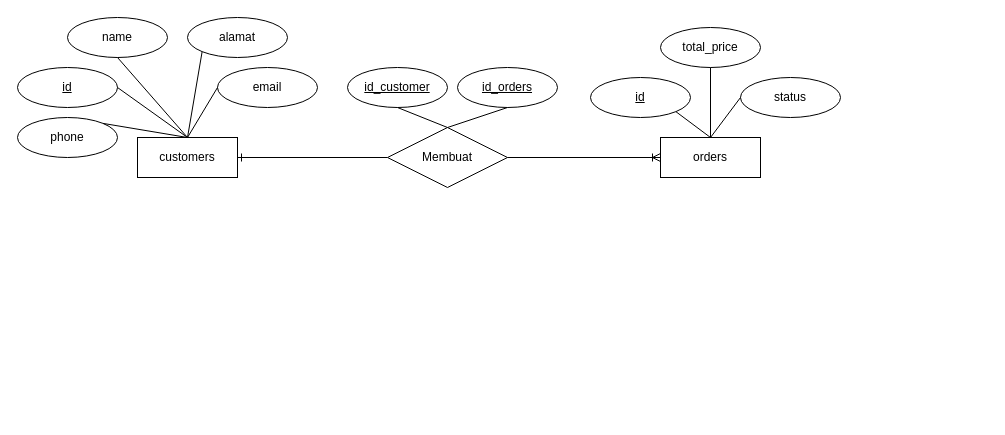
This is Tugas_Basdat_Jurnal.drawio from dapzz-id/DrawIO, a draw.io file, before an edit. Source tidied: cells renumbered, new cells numbered last; positions are measured from the earlier drawing's top-left corner, leaving out a move shared by most shapes. Both pictures are drawn from the tidied source at 100%, with x=0, y=0 at pixel (17, 17).
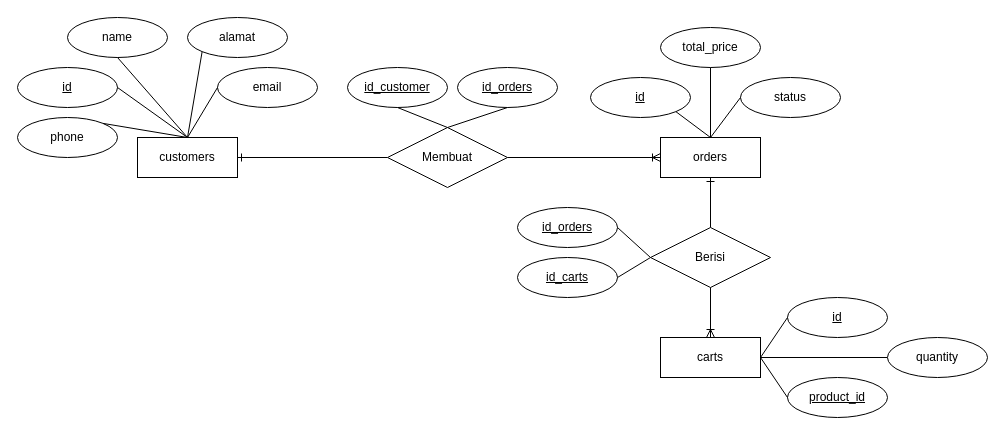
The same page after the edit.

The change refers to these unchanged cells:
```xml
<mxCell id="16" value="orders" style="whiteSpace=wrap;html=1;align=center;" parent="1" vertex="1">
  <mxGeometry x="643" y="120" width="100" height="40" as="geometry" />
</mxCell>
```

Diff of the diagram source:
```diff
@@
+    <mxCell id="27" style="edgeStyle=orthogonalEdgeStyle;rounded=0;jettySize=auto;html=1;endArrow=none;startFill=0;startArrow=ERone;" parent="1" edge="1" source="16" target="28">
+      <mxGeometry relative="1" as="geometry" />
+    </mxCell>
@@
+    <mxCell id="28" value="Berisi" style="shape=rhombus;perimeter=rhombusPerimeter;whiteSpace=wrap;html=1;align=center;" parent="1" vertex="1">
+      <mxGeometry x="633" y="210" width="120" height="60" as="geometry" />
+    </mxCell>
+    <mxCell id="29" style="edgeStyle=orthogonalEdgeStyle;rounded=0;jettySize=auto;html=1;endArrow=none;endFill=0;startArrow=ERoneToMany;startFill=0;" parent="1" edge="1" source="31" target="28">
+      <mxGeometry relative="1" as="geometry" />
+    </mxCell>
+    <mxCell id="30" style="edgeStyle=orthogonalEdgeStyle;rounded=0;jettySize=auto;html=1;exitX=1;exitY=0.5;exitDx=0;exitDy=0;entryX=0;entryY=0.5;entryDx=0;entryDy=0;endArrow=none;startFill=0;" parent="1" edge="1" source="31" target="40">
+      <mxGeometry relative="1" as="geometry" />
+    </mxCell>
+    <mxCell id="31" value="carts" style="whiteSpace=wrap;html=1;align=center;" parent="1" vertex="1">
+      <mxGeometry x="643" y="320" width="100" height="40" as="geometry" />
+    </mxCell>
+    <mxCell id="32" value="id_orders" style="ellipse;whiteSpace=wrap;html=1;align=center;fontStyle=4;" parent="1" vertex="1">
+      <mxGeometry x="500" y="190" width="100" height="40" as="geometry" />
+    </mxCell>
+    <mxCell id="33" value="id_carts" style="ellipse;whiteSpace=wrap;html=1;align=center;fontStyle=4;" parent="1" vertex="1">
+      <mxGeometry x="500" y="240" width="100" height="40" as="geometry" />
+    </mxCell>
+    <mxCell id="34" style="endArrow=none;html=1;rounded=0;exitX=1;exitY=0.5;exitDx=0;exitDy=0;entryX=0;entryY=0.5;entryDx=0;entryDy=0;" parent="1" edge="1" source="32" target="28">
+      <mxGeometry relative="1" as="geometry" />
+    </mxCell>
+    <mxCell id="35" style="endArrow=none;html=1;rounded=0;exitX=1;exitY=0.5;exitDx=0;exitDy=0;entryX=0;entryY=0.5;entryDx=0;entryDy=0;" parent="1" edge="1" source="33" target="28">
+      <mxGeometry relative="1" as="geometry" />
+    </mxCell>
+    <mxCell id="36" value="id" style="ellipse;whiteSpace=wrap;html=1;align=center;fontStyle=4;" parent="1" vertex="1">
+      <mxGeometry x="770" y="280" width="100" height="40" as="geometry" />
+    </mxCell>
+    <mxCell id="37" value="product_id" style="ellipse;whiteSpace=wrap;html=1;align=center;fontStyle=4;" parent="1" vertex="1">
+      <mxGeometry x="770" y="360" width="100" height="40" as="geometry" />
+    </mxCell>
+    <mxCell id="38" style="endArrow=none;html=1;rounded=0;exitX=1;exitY=0.5;exitDx=0;exitDy=0;entryX=0;entryY=0.5;entryDx=0;entryDy=0;" parent="1" edge="1" source="31" target="36">
+      <mxGeometry relative="1" as="geometry" />
+    </mxCell>
+    <mxCell id="39" style="endArrow=none;html=1;rounded=0;exitX=1;exitY=0.5;exitDx=0;exitDy=0;entryX=0;entryY=0.5;entryDx=0;entryDy=0;" parent="1" edge="1" source="31" target="37">
+      <mxGeometry relative="1" as="geometry" />
+    </mxCell>
+    <mxCell id="40" value="quantity" style="ellipse;whiteSpace=wrap;html=1;align=center;" parent="1" vertex="1">
+      <mxGeometry x="870" y="320" width="100" height="40" as="geometry" />
+    </mxCell>
```
